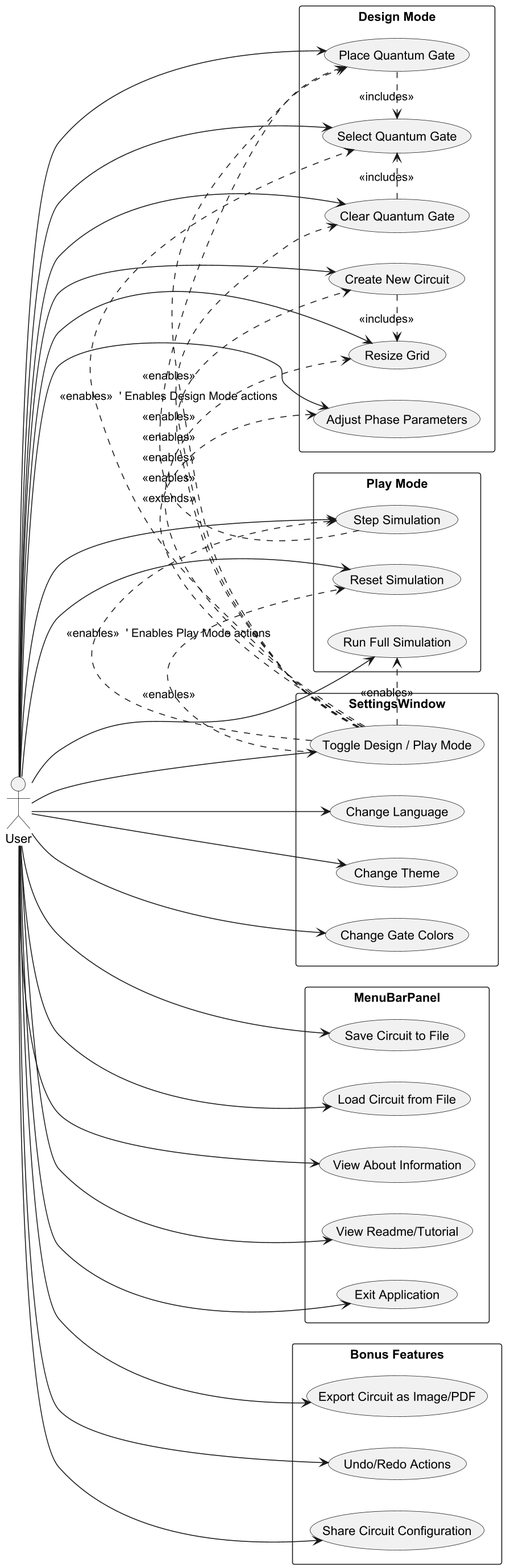
Earlier version of the PlantUML export a3_uml/main.png (jSubbz/QCS). Source of this version:
```plantuml
@startuml
skinparam dpi 150
skinparam packageStyle rectangle
skinparam ArrowLinetype ortho
left to right direction

actor User

package "SettingsWindow" {
    usecase "Change Language" as UC6
    usecase "Change Theme" as UC7
    usecase "Change Gate Colors" as UC11
    usecase "Toggle Design / Play Mode" as UC21
}

package "Design Mode" {
    usecase "Select Quantum Gate" as UC1
    usecase "Place Quantum Gate" as UC2
    usecase "Clear Quantum Gate" as UC3
    usecase "Resize Grid" as UC4
    usecase "Create New Circuit" as UC5
    usecase "Adjust Phase Parameters" as UC8
}

package "Play Mode" {
    usecase "Step Simulation" as UC12
    usecase "Reset Simulation" as UC13
    usecase "Run Full Simulation" as UC14
}

package "MenuBarPanel" {
    usecase "Save Circuit to File" as UC9
    usecase "Load Circuit from File" as UC10
    usecase "View About Information" as UC15
    usecase "View Readme/Tutorial" as UC16
    usecase "Exit Application" as UC20
}

package "Bonus Features" {
    usecase "Export Circuit as Image/PDF" as UC17
    usecase "Undo/Redo Actions" as UC18
    usecase "Share Circuit Configuration" as UC19
}

User --> UC6
User --> UC7
User --> UC11
User --> UC21

User --> UC1
User --> UC2
User --> UC3
User --> UC4
User --> UC5
User --> UC8

User --> UC12
User --> UC13
User --> UC14

User --> UC9
User --> UC10
User --> UC15
User --> UC16
User --> UC20
User --> UC17
User --> UC18
User --> UC19

UC2 .> UC1 : <<includes>>
UC3 .> UC1 : <<includes>>
UC5 .> UC4 : <<includes>>
UC12 .> UC2 : <<extends>>

UC21 .> UC1 : <<enables>>  ' Enables Design Mode actions
UC21 .> UC2 : <<enables>>
UC21 .> UC3 : <<enables>>
UC21 .> UC4 : <<enables>>
UC21 .> UC5 : <<enables>>
UC21 .> UC8 : <<enables>>

UC21 .> UC12 : <<enables>>  ' Enables Play Mode actions
UC21 .> UC13 : <<enables>>
UC21 .> UC14 : <<enables>>

@enduml
```
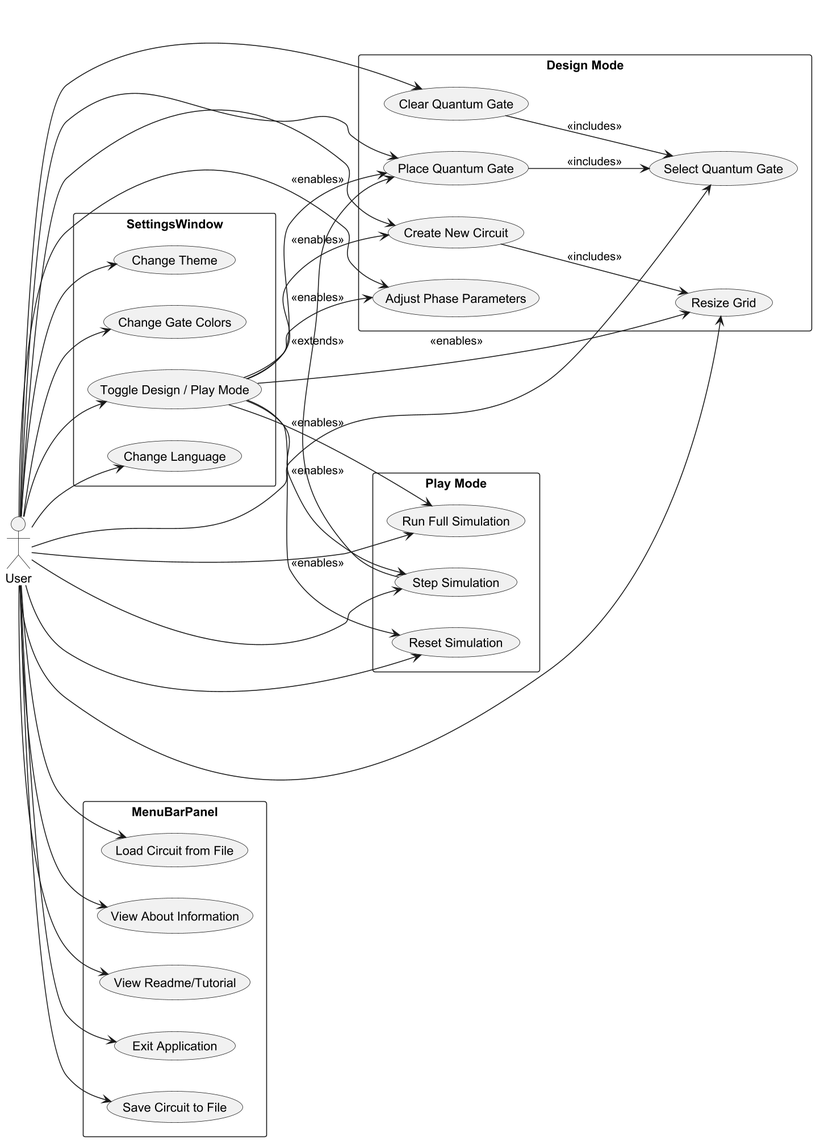
Later version of the same file.

Commit message:
redid uml again

What changed in the source:
```diff
@@ -1,86 +1,73 @@
 @startuml
 skinparam dpi 150
-skinparam packageStyle rectangle
-skinparam ArrowLinetype ortho
 left to right direction
 
 actor User
 
-package "SettingsWindow" {
-    usecase "Change Language" as UC6
-    usecase "Change Theme" as UC7
-    usecase "Change Gate Colors" as UC11
-    usecase "Toggle Design / Play Mode" as UC21
+rectangle "Design Mode" {
+  usecase "Place Quantum Gate"
+  usecase "Select Quantum Gate"
+  usecase "Clear Quantum Gate"
+  usecase "Create New Circuit"
+  usecase "Resize Grid"
+  usecase "Adjust Phase Parameters"
 }
 
-package "Design Mode" {
-    usecase "Select Quantum Gate" as UC1
-    usecase "Place Quantum Gate" as UC2
-    usecase "Clear Quantum Gate" as UC3
-    usecase "Resize Grid" as UC4
-    usecase "Create New Circuit" as UC5
-    usecase "Adjust Phase Parameters" as UC8
+rectangle "Play Mode" {
+  usecase "Step Simulation"
+  usecase "Reset Simulation"
+  usecase "Run Full Simulation"
 }
 
-package "Play Mode" {
-    usecase "Step Simulation" as UC12
-    usecase "Reset Simulation" as UC13
-    usecase "Run Full Simulation" as UC14
+rectangle "SettingsWindow" {
+  usecase "Toggle Design / Play Mode"
+  usecase "Change Language"
+  usecase "Change Theme"
+  usecase "Change Gate Colors"
 }
 
-package "MenuBarPanel" {
-    usecase "Save Circuit to File" as UC9
-    usecase "Load Circuit from File" as UC10
-    usecase "View About Information" as UC15
-    usecase "View Readme/Tutorial" as UC16
-    usecase "Exit Application" as UC20
+rectangle "MenuBarPanel" {
+  usecase "Save Circuit to File"
+  usecase "Load Circuit from File"
+  usecase "View About Information"
+  usecase "View Readme/Tutorial"
+  usecase "Exit Application"
 }
 
-package "Bonus Features" {
-    usecase "Export Circuit as Image/PDF" as UC17
-    usecase "Undo/Redo Actions" as UC18
-    usecase "Share Circuit Configuration" as UC19
-}
+User --> "Place Quantum Gate"
+User --> "Select Quantum Gate"
+User --> "Clear Quantum Gate"
+User --> "Create New Circuit"
+User --> "Resize Grid"
+User --> "Adjust Phase Parameters"
 
-User --> UC6
-User --> UC7
-User --> UC11
-User --> UC21
+User --> "Step Simulation"
+User --> "Reset Simulation"
+User --> "Run Full Simulation"
 
-User --> UC1
-User --> UC2
-User --> UC3
-User --> UC4
-User --> UC5
-User --> UC8
+User --> "Toggle Design / Play Mode"
+User --> "Change Language"
+User --> "Change Theme"
+User --> "Change Gate Colors"
 
-User --> UC12
-User --> UC13
-User --> UC14
+User --> "Save Circuit to File"
+User --> "Load Circuit from File"
+User --> "View About Information"
+User --> "View Readme/Tutorial"
+User --> "Exit Application"
 
-User --> UC9
-User --> UC10
-User --> UC15
-User --> UC16
-User --> UC20
-User --> UC17
-User --> UC18
-User --> UC19
+"Place Quantum Gate" --> "Select Quantum Gate" : <<includes>>
+"Clear Quantum Gate" --> "Select Quantum Gate" : <<includes>>
+"Create New Circuit" --> "Resize Grid" : <<includes>>
+"Step Simulation" --> "Place Quantum Gate" : <<extends>>
 
-UC2 .> UC1 : <<includes>>
-UC3 .> UC1 : <<includes>>
-UC5 .> UC4 : <<includes>>
-UC12 .> UC2 : <<extends>>
+"Toggle Design / Play Mode" --> "Place Quantum Gate" : <<enables>>
+"Toggle Design / Play Mode" --> "Resize Grid" : <<enables>>
+"Toggle Design / Play Mode" --> "Create New Circuit" : <<enables>>
+"Toggle Design / Play Mode" --> "Adjust Phase Parameters" : <<enables>>
 
-UC21 .> UC1 : <<enables>>  ' Enables Design Mode actions
-UC21 .> UC2 : <<enables>>
-UC21 .> UC3 : <<enables>>
-UC21 .> UC4 : <<enables>>
-UC21 .> UC5 : <<enables>>
-UC21 .> UC8 : <<enables>>
-
-UC21 .> UC12 : <<enables>>  ' Enables Play Mode actions
-UC21 .> UC13 : <<enables>>
-UC21 .> UC14 : <<enables>>
+"Toggle Design / Play Mode" --> "Step Simulation" : <<enables>>
+"Toggle Design / Play Mode" --> "Reset Simulation" : <<enables>>
+"Toggle Design / Play Mode" --> "Run Full Simulation" : <<enables>>
 
 @enduml
```
